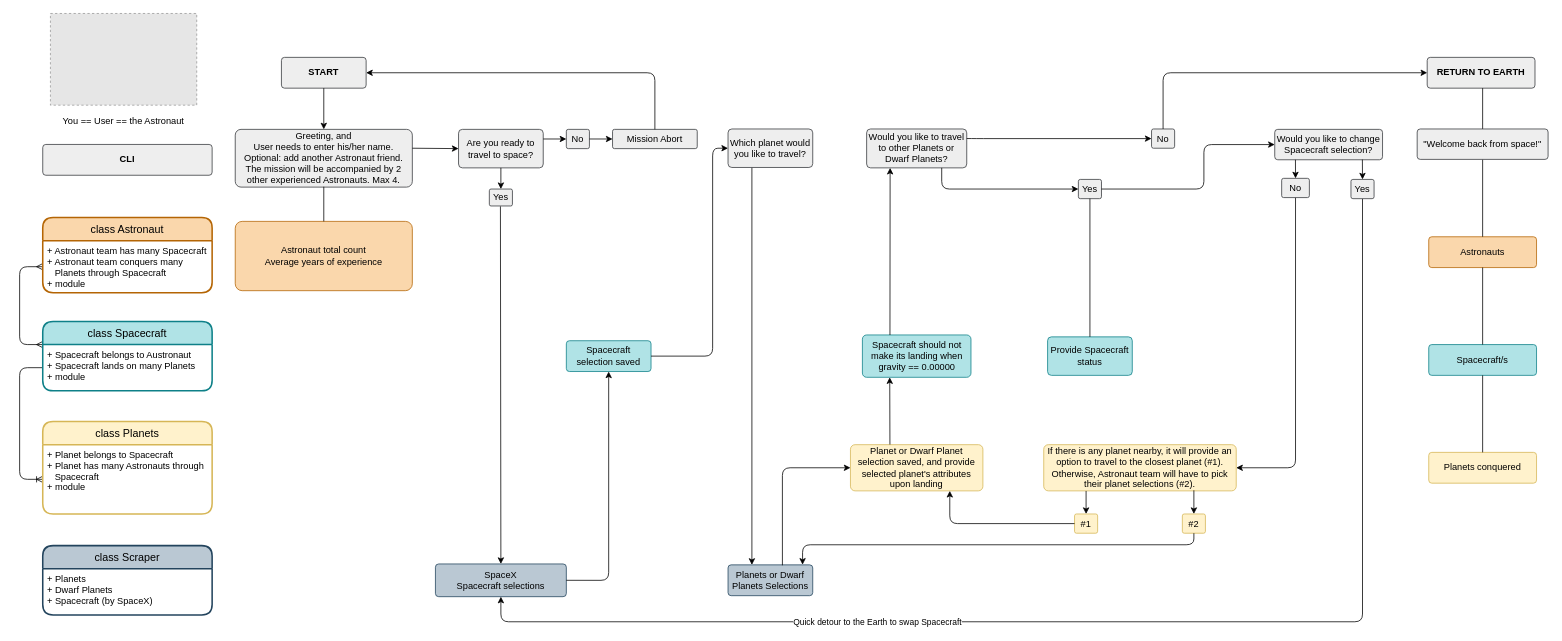
This is Space-Exp Diagram.drawio from fentybit/CLISpaceExploration, a draw.io file, before an edit. Source tidied: cells renumbered, new cells numbered last; positions are measured from the earlier drawing's top-left corner, leaving out a move shared by most shapes. Both pictures are drawn from the tidied source at 77%, with x=0, y=0 at pixel (19, 13). Pictures stored in the file or linked from it are replaced by grey dashed boxes.
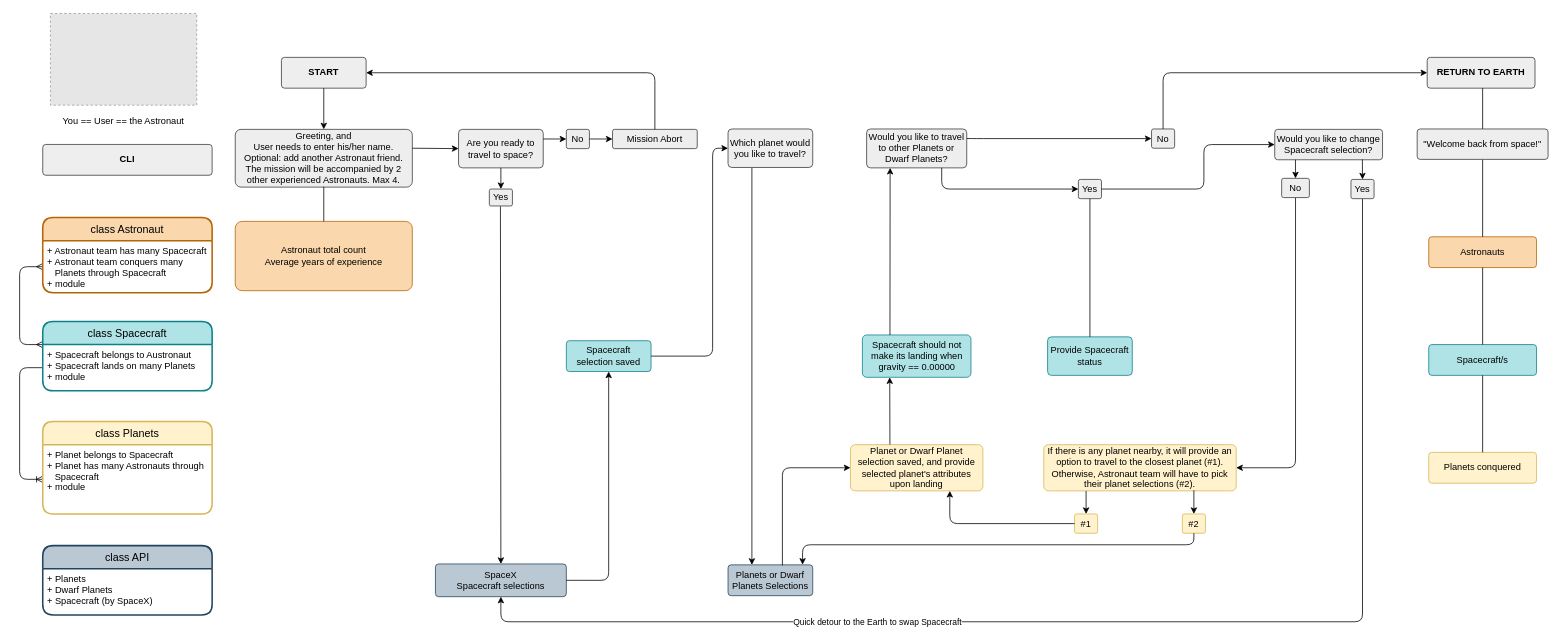
The same diagram, later.

Change to the diagram source:
```diff
@@
-    <mxCell id="40" value="class Scraper" style="swimlane;horizontal=1;startSize=30;rounded=1;fontSize=14;fontStyle=0;strokeWidth=2;shadow=0;dashed=0;align=center;fillColor=#bac8d3;strokeColor=#23445d;" parent="1" vertex="1">
+    <mxCell id="40" value="class API" style="swimlane;horizontal=1;startSize=30;rounded=1;fontSize=14;fontStyle=0;strokeWidth=2;shadow=0;dashed=0;align=center;fillColor=#bac8d3;strokeColor=#23445d;" parent="1" vertex="1">
       <mxGeometry x="30" y="691.1" width="220" height="90" as="geometry" />
     </mxCell>
```
